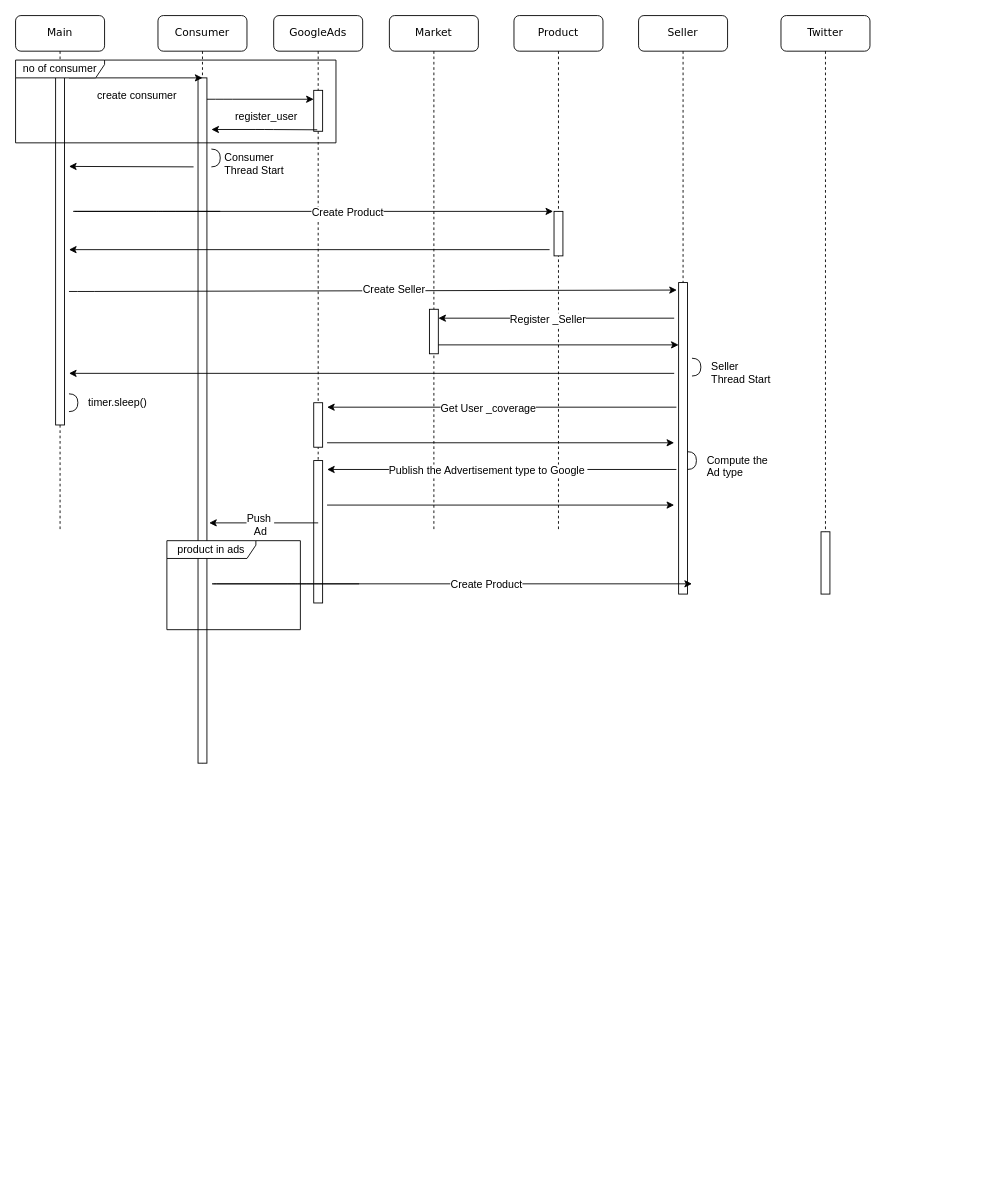
Before: FlowCharts/Untitled Diagram.drawio in CentIIO/IS5006, a draw.io diagram. Source tidied: cells renumbered, new cells numbered last; positions are measured from the earlier drawing's top-left corner, leaving out a move shared by most shapes. Both pictures are drawn from the tidied source at 89%, with x=0, y=0 at pixel (15, 15).
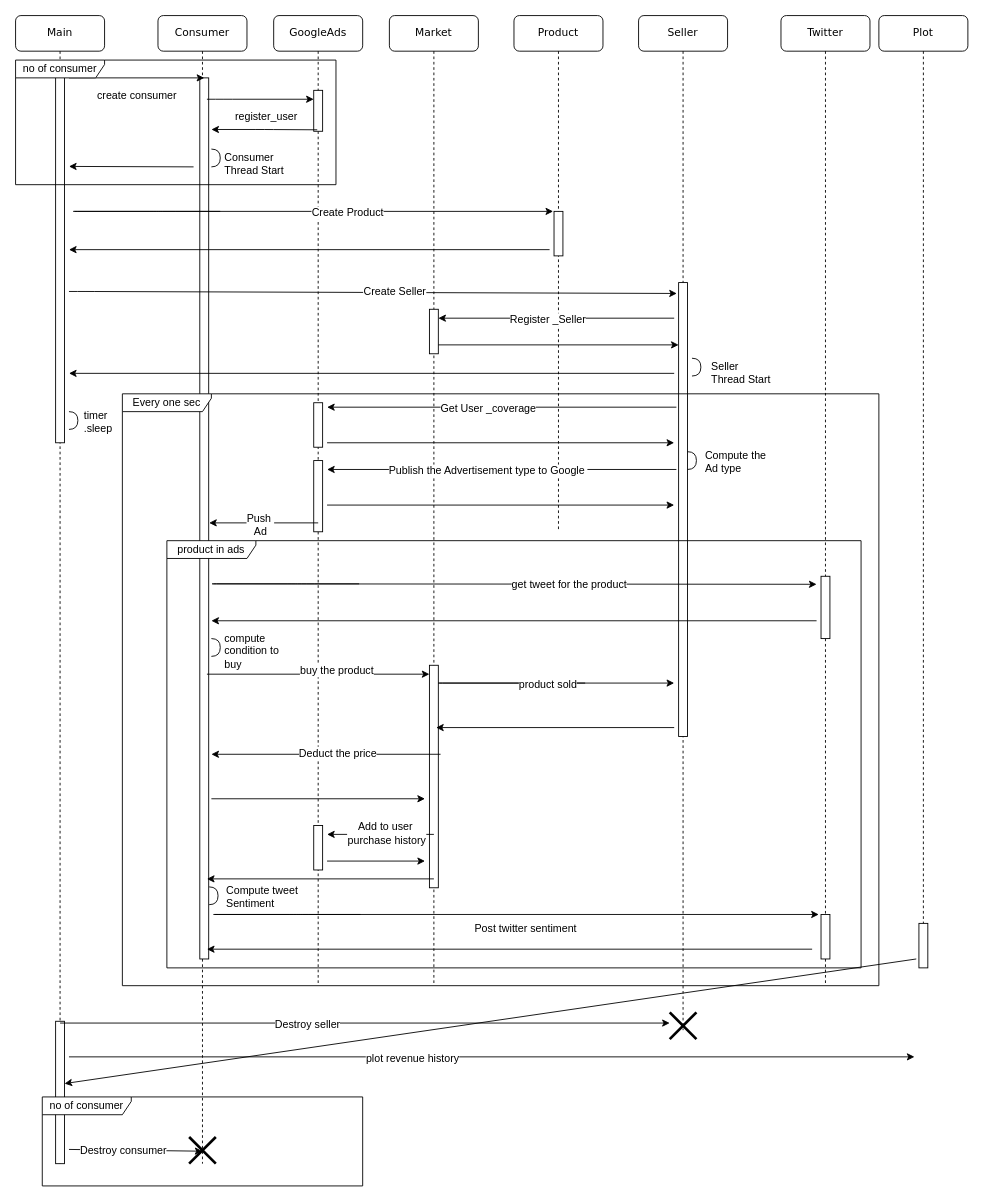
The same page after the edit.

The edit, as a diff of the source:
```diff
@@
     <mxCell id="2" value="Consumer" style="shape=umlLifeline;perimeter=lifelinePerimeter;whiteSpace=wrap;html=1;rounded=1;shadow=0;comic=0;labelBackgroundColor=none;strokeColor=#000000;strokeWidth=1;fillColor=#FFFFFF;fontFamily=Verdana;fontSize=12;fontColor=#000000;align=center;" parent="1" vertex="1">
-      <mxGeometry x="160" width="100" height="840" as="geometry" />
+      <mxGeometry x="160" width="100" height="1290" as="geometry" />
     </mxCell>
     <mxCell id="3" style="html=1;points=[];perimeter=orthogonalPerimeter;rounded=0;shadow=0;comic=0;labelBackgroundColor=none;strokeColor=#000000;strokeWidth=1;fillColor=#FFFFFF;fontFamily=Verdana;fontSize=12;fontColor=#000000;align=center;" parent="2" vertex="1">
-      <mxGeometry x="45" y="70" width="10" height="770" as="geometry" />
+      <mxGeometry x="47" y="70" width="10" height="990" as="geometry" />
     </mxCell>
     <mxCell id="4" value="GoogleAds" style="shape=umlLifeline;perimeter=lifelinePerimeter;whiteSpace=wrap;html=1;rounded=1;shadow=0;comic=0;labelBackgroundColor=none;strokeColor=#000000;strokeWidth=1;fillColor=#FFFFFF;fontFamily=Verdana;fontSize=12;fontColor=#000000;align=center;" parent="1" vertex="1">
-      <mxGeometry x="290" width="100" height="660" as="geometry" />
+      <mxGeometry x="290" width="100" height="1090" as="geometry" />
     </mxCell>
@@
     <mxCell id="7" style="html=1;perimeter=orthogonalPerimeter;rounded=0;shadow=0;comic=0;labelBackgroundColor=none;strokeColor=#000000;strokeWidth=1;fillColor=#FFFFFF;fontFamily=Verdana;fontSize=12;fontColor=#000000;align=center;" parent="4" vertex="1">
-      <mxGeometry x="45" y="500" width="10" height="160" as="geometry" />
+      <mxGeometry x="45" y="500" width="10" height="80" as="geometry" />
     </mxCell>
+    <mxCell id="53" style="html=1;perimeter=orthogonalPerimeter;rounded=0;shadow=0;comic=0;labelBackgroundColor=none;strokeColor=#000000;strokeWidth=1;fillColor=#FFFFFF;fontFamily=Verdana;fontSize=12;fontColor=#000000;align=center;" parent="4" vertex="1">
+      <mxGeometry x="45" y="910" width="10" height="50" as="geometry" />
+    </mxCell>
@@
     <mxCell id="10" value="Seller" style="shape=umlLifeline;perimeter=lifelinePerimeter;whiteSpace=wrap;html=1;rounded=1;shadow=0;comic=0;labelBackgroundColor=none;strokeColor=#000000;strokeWidth=1;fillColor=#FFFFFF;fontFamily=Verdana;fontSize=12;fontColor=#000000;align=center;" parent="1" vertex="1">
-      <mxGeometry x="700" width="100" height="650" as="geometry" />
+      <mxGeometry x="700" width="100" height="1140" as="geometry" />
     </mxCell>
     <mxCell id="11" style="html=1;points=[];perimeter=orthogonalPerimeter;rounded=0;shadow=0;comic=0;labelBackgroundColor=none;strokeColor=#000000;strokeWidth=1;fillColor=#FFFFFF;fontFamily=Verdana;fontSize=12;fontColor=#000000;align=center;" parent="10" vertex="1">
-      <mxGeometry x="45" y="300" width="10" height="350" as="geometry" />
+      <mxGeometry x="45" y="300" width="10" height="510" as="geometry" />
     </mxCell>
     <mxCell id="12" value="Market" style="shape=umlLifeline;perimeter=lifelinePerimeter;whiteSpace=wrap;html=1;rounded=1;shadow=0;comic=0;labelBackgroundColor=none;strokeColor=#000000;strokeWidth=1;fillColor=#FFFFFF;fontFamily=Verdana;fontSize=12;fontColor=#000000;align=center;size=40;" parent="1" vertex="1">
-      <mxGeometry x="420" width="100" height="580" as="geometry" />
+      <mxGeometry x="420" width="100" height="1090" as="geometry" />
     </mxCell>
@@
+    <mxCell id="54" style="html=1;perimeter=orthogonalPerimeter;rounded=0;shadow=0;comic=0;labelBackgroundColor=none;strokeColor=#000000;strokeWidth=1;fillColor=#FFFFFF;fontFamily=Verdana;fontSize=12;fontColor=#000000;align=center;" parent="12" vertex="1">
+      <mxGeometry x="45" y="730" width="10" height="250" as="geometry" />
+    </mxCell>
     <mxCell id="14" value="Main" style="shape=umlLifeline;perimeter=lifelinePerimeter;whiteSpace=wrap;html=1;rounded=1;shadow=0;comic=0;labelBackgroundColor=none;strokeColor=#000000;strokeWidth=1;fillColor=#FFFFFF;fontFamily=Verdana;fontSize=12;fontColor=#000000;align=center;" parent="1" vertex="1">
-      <mxGeometry width="100" height="580" as="geometry" />
+      <mxGeometry width="100" height="1290" as="geometry" />
     </mxCell>
     <mxCell id="15" style="html=1;perimeter=orthogonalPerimeter;rounded=0;shadow=0;comic=0;labelBackgroundColor=none;strokeColor=#000000;strokeWidth=1;fillColor=#FFFFFF;fontFamily=Verdana;fontSize=12;fontColor=#000000;align=center;" parent="14" vertex="1">
-      <mxGeometry x="45" y="55" width="10" height="405" as="geometry" />
+      <mxGeometry x="45" y="55" width="10" height="425" as="geometry" />
     </mxCell>
+    <mxCell id="55" style="html=1;perimeter=orthogonalPerimeter;rounded=0;shadow=0;comic=0;labelBackgroundColor=none;strokeColor=#000000;strokeWidth=1;fillColor=#FFFFFF;fontFamily=Verdana;fontSize=12;fontColor=#000000;align=center;" parent="14" vertex="1">
+      <mxGeometry x="45" y="1130" width="10" height="160" as="geometry" />
+    </mxCell>
@@
     <mxCell id="33" style="shape=requiredInterface;html=1;verticalLabelPosition=bottom;" parent="1" vertex="1">
-      <mxGeometry x="60" y="425" width="10" height="20" as="geometry" />
+      <mxGeometry x="60" y="445" width="10" height="20" as="geometry" />
     </mxCell>
-    <mxCell id="34" value="timer.sleep()" style="text;html=1;align=left;verticalAlign=top;spacingTop=-4;direction=south;" parent="1" vertex="1">
-      <mxGeometry x="80" y="425" width="80" height="20" as="geometry" />
+    <mxCell id="34" value="timer&lt;br&gt;.sleep" style="text;html=1;align=left;verticalAlign=top;spacingTop=-4;direction=south;" parent="1" vertex="1">
+      <mxGeometry x="75" y="440" width="50" height="30" as="geometry" />
     </mxCell>
@@
     <mxCell id="40" value="no of consumer" style="shape=umlFrame;whiteSpace=wrap;html=1;width=100;height=20;" parent="1" vertex="1">
-      <mxGeometry y="50" width="360" height="93" as="geometry" />
+      <mxGeometry y="50" width="360" height="140" as="geometry" />
     </mxCell>
@@
     <mxCell id="45" value="Compute the&lt;br&gt;Ad type" style="text;html=1;align=left;verticalAlign=top;spacingTop=-4;direction=south;" parent="1" vertex="1">
-      <mxGeometry x="775" y="490" width="80" height="30" as="geometry" />
+      <mxGeometry x="772.5" y="485" width="80" height="30" as="geometry" />
     </mxCell>
@@
     <mxCell id="48" value="Twitter" style="shape=umlLifeline;perimeter=lifelinePerimeter;whiteSpace=wrap;html=1;rounded=1;shadow=0;comic=0;labelBackgroundColor=none;strokeColor=#000000;strokeWidth=1;fillColor=#FFFFFF;fontFamily=Verdana;fontSize=12;fontColor=#000000;align=center;" parent="1" vertex="1">
-      <mxGeometry x="860" width="100" height="650" as="geometry" />
+      <mxGeometry x="860" width="100" height="1090" as="geometry" />
     </mxCell>
     <mxCell id="49" style="html=1;perimeter=orthogonalPerimeter;rounded=0;shadow=0;comic=0;labelBackgroundColor=none;strokeColor=#000000;strokeWidth=1;fillColor=#FFFFFF;fontFamily=Verdana;fontSize=12;fontColor=#000000;align=center;" parent="48" vertex="1">
-      <mxGeometry x="45" y="580" width="10" height="70" as="geometry" />
+      <mxGeometry x="45" y="630" width="10" height="70" as="geometry" />
     </mxCell>
-    <mxCell id="50" value="product in ads" style="shape=umlFrame;whiteSpace=wrap;html=1;width=100;height=20;" parent="1" vertex="1">
-      <mxGeometry x="170" y="590" width="150" height="100" as="geometry" />
-    </mxCell>
+    <mxCell id="56" style="html=1;perimeter=orthogonalPerimeter;rounded=0;shadow=0;comic=0;labelBackgroundColor=none;strokeColor=#000000;strokeWidth=1;fillColor=#FFFFFF;fontFamily=Verdana;fontSize=12;fontColor=#000000;align=center;" parent="48" vertex="1">
+      <mxGeometry x="45" y="1010" width="10" height="50" as="geometry" />
+    </mxCell>
-    <mxCell id="51" style="endArrow=classic;html=1;entryX=-0.1;entryY=0;entryDx=0;entryDy=0;entryPerimeter=0;" parent="1" edge="1">
+    <mxCell id="51" style="endArrow=classic;html=1;" parent="1" edge="1">
       <mxGeometry relative="1" as="geometry">
         <mxPoint x="386" y="638.5" as="sourcePoint" />
-        <mxPoint x="760" y="638.5" as="targetPoint" />
+        <mxPoint x="900" y="639" as="targetPoint" />
         <Array as="points">
           <mxPoint x="326" y="638.5" />
           <mxPoint x="316" y="638.5" />
           <mxPoint x="216" y="638.5" />
         </Array>
       </mxGeometry>
     </mxCell>
-    <mxCell id="52" value="Create Product" style="text;html=1;align=center;verticalAlign=middle;labelBackgroundColor=#ffffff;" parent="51" vertex="1">
+    <mxCell id="52" value="get tweet for the product" style="text;html=1;align=center;verticalAlign=middle;labelBackgroundColor=#ffffff;" parent="51" vertex="1">
       <mxGeometry x="0.35" y="-1" relative="1" as="geometry" />
     </mxCell>
+    <mxCell id="57" style="endArrow=classic;html=1;" parent="1" edge="1">
+      <mxGeometry relative="1" as="geometry">
+        <mxPoint x="900" y="680" as="sourcePoint" />
+        <mxPoint x="220" y="680" as="targetPoint" />
+      </mxGeometry>
+    </mxCell>
+    <mxCell id="58" style="shape=requiredInterface;html=1;verticalLabelPosition=bottom;" parent="1" vertex="1">
+      <mxGeometry x="220" y="700" width="10" height="20" as="geometry" />
+    </mxCell>
+    <mxCell id="59" value="compute&lt;br&gt;condition to&lt;br&gt;buy" style="text;html=1;align=left;verticalAlign=top;spacingTop=-4;direction=south;" parent="1" vertex="1">
+      <mxGeometry x="232.5" y="690" width="80" height="40" as="geometry" />
+    </mxCell>
+    <mxCell id="60" style="endArrow=classic;html=1;" parent="1" edge="1">
+      <mxGeometry relative="1" as="geometry">
+        <mxPoint x="215" y="740" as="sourcePoint" />
+        <mxPoint x="465" y="740" as="targetPoint" />
+      </mxGeometry>
+    </mxCell>
+    <mxCell id="61" value="buy the product" style="text;html=1;align=center;verticalAlign=middle;labelBackgroundColor=#ffffff;" parent="60" vertex="1">
+      <mxGeometry x="0.16" y="5" relative="1" as="geometry" />
+    </mxCell>
+    <mxCell id="62" style="endArrow=classic;html=1;" parent="1" edge="1">
+      <mxGeometry relative="1" as="geometry">
+        <mxPoint x="640" y="750" as="sourcePoint" />
+        <mxPoint x="740" y="750" as="targetPoint" />
+        <Array as="points">
+          <mxPoint x="580" y="750" />
+          <mxPoint x="570" y="750" />
+          <mxPoint x="470" y="750" />
+        </Array>
+      </mxGeometry>
+    </mxCell>
+    <mxCell id="63" value="product sold" style="text;html=1;align=center;verticalAlign=middle;labelBackgroundColor=#ffffff;" parent="62" vertex="1">
+      <mxGeometry x="0.35" y="-1" relative="1" as="geometry" />
+    </mxCell>
+    <mxCell id="64" style="endArrow=classic;html=1;" parent="1" edge="1">
+      <mxGeometry relative="1" as="geometry">
+        <mxPoint x="740" y="800" as="sourcePoint" />
+        <mxPoint x="472.5" y="800" as="targetPoint" />
+      </mxGeometry>
+    </mxCell>
+    <mxCell id="65" style="endArrow=classic;html=1;" parent="1" edge="1">
+      <mxGeometry relative="1" as="geometry">
+        <mxPoint x="477.5" y="830" as="sourcePoint" />
+        <mxPoint x="220" y="830" as="targetPoint" />
+      </mxGeometry>
+    </mxCell>
+    <mxCell id="66" value="Deduct the price" style="text;html=1;align=center;verticalAlign=middle;labelBackgroundColor=#ffffff;" parent="65" vertex="1">
+      <mxGeometry x="-0.1" y="-2" relative="1" as="geometry" />
+    </mxCell>
+    <mxCell id="67" style="endArrow=classic;html=1;" parent="1" edge="1">
+      <mxGeometry relative="1" as="geometry">
+        <mxPoint x="220" y="880" as="sourcePoint" />
+        <mxPoint x="460" y="880" as="targetPoint" />
+      </mxGeometry>
+    </mxCell>
+    <mxCell id="68" style="endArrow=classic;html=1;" parent="1" edge="1">
+      <mxGeometry relative="1" as="geometry">
+        <mxPoint x="470" y="920" as="sourcePoint" />
+        <mxPoint x="350" y="920" as="targetPoint" />
+      </mxGeometry>
+    </mxCell>
+    <mxCell id="69" value="Add to user&amp;nbsp; &lt;br&gt;purchase history&lt;br&gt;" style="text;html=1;align=center;verticalAlign=middle;labelBackgroundColor=#ffffff;" parent="68" vertex="1">
+      <mxGeometry x="-0.1" y="-2" relative="1" as="geometry" />
+    </mxCell>
+    <mxCell id="70" style="endArrow=classic;html=1;" parent="1" edge="1">
+      <mxGeometry relative="1" as="geometry">
+        <mxPoint x="350" y="950" as="sourcePoint" />
+        <mxPoint x="460" y="950" as="targetPoint" />
+      </mxGeometry>
+    </mxCell>
+    <mxCell id="50" value="product in ads" style="shape=umlFrame;whiteSpace=wrap;html=1;width=100;height=20;" parent="1" vertex="1">
+      <mxGeometry x="170" y="590" width="780" height="480" as="geometry" />
+    </mxCell>
+    <mxCell id="71" style="shape=requiredInterface;html=1;verticalLabelPosition=bottom;" parent="1" vertex="1">
+      <mxGeometry x="217.5" y="979" width="10" height="20" as="geometry" />
+    </mxCell>
+    <mxCell id="72" value="Compute tweet&lt;br&gt;Sentiment" style="text;html=1;align=left;verticalAlign=top;spacingTop=-4;direction=south;" parent="1" vertex="1">
+      <mxGeometry x="235" y="974" width="100" height="30" as="geometry" />
+    </mxCell>
+    <mxCell id="73" style="endArrow=classic;html=1;" parent="1" edge="1">
+      <mxGeometry relative="1" as="geometry">
+        <mxPoint x="387.5" y="1010" as="sourcePoint" />
+        <mxPoint x="902.5" y="1010" as="targetPoint" />
+        <Array as="points">
+          <mxPoint x="327.5" y="1010" />
+          <mxPoint x="317.5" y="1010" />
+          <mxPoint x="217.5" y="1010" />
+        </Array>
+      </mxGeometry>
+    </mxCell>
+    <mxCell id="74" value="Post twitter sentiment" style="text;html=1;align=center;verticalAlign=middle;labelBackgroundColor=#ffffff;" parent="73" vertex="1">
+      <mxGeometry x="0.35" y="-1" relative="1" as="geometry">
+        <mxPoint x="-52" y="14" as="offset" />
+      </mxGeometry>
+    </mxCell>
+    <mxCell id="75" style="endArrow=classic;html=1;" parent="1" edge="1">
+      <mxGeometry relative="1" as="geometry">
+        <mxPoint x="895" y="1049" as="sourcePoint" />
+        <mxPoint x="215" y="1049" as="targetPoint" />
+      </mxGeometry>
+    </mxCell>
+    <mxCell id="76" style="endArrow=classic;html=1;" parent="1" edge="1">
+      <mxGeometry relative="1" as="geometry">
+        <mxPoint x="470" y="970" as="sourcePoint" />
+        <mxPoint x="215" y="970" as="targetPoint" />
+      </mxGeometry>
+    </mxCell>
+    <mxCell id="77" value="Every one sec" style="shape=umlFrame;whiteSpace=wrap;html=1;width=100;height=20;" parent="1" vertex="1">
+      <mxGeometry x="120" y="425" width="850" height="665" as="geometry" />
+    </mxCell>
+    <mxCell id="78" value="Plot" style="shape=umlLifeline;perimeter=lifelinePerimeter;whiteSpace=wrap;html=1;rounded=1;shadow=0;comic=0;labelBackgroundColor=none;strokeColor=#000000;strokeWidth=1;fillColor=#FFFFFF;fontFamily=Verdana;fontSize=12;fontColor=#000000;align=center;" parent="1" vertex="1">
+      <mxGeometry x="970" width="100" height="1070" as="geometry" />
+    </mxCell>
+    <mxCell id="79" style="html=1;points=[];perimeter=orthogonalPerimeter;rounded=0;shadow=0;comic=0;labelBackgroundColor=none;strokeColor=#000000;strokeWidth=1;fillColor=#FFFFFF;fontFamily=Verdana;fontSize=12;fontColor=#000000;align=center;" parent="78" vertex="1">
+      <mxGeometry x="45" y="1020" width="10" height="50" as="geometry" />
+    </mxCell>
+    <mxCell id="80" style="endArrow=classic;html=1;exitX=1;exitY=0.14;exitDx=0;exitDy=0;exitPerimeter=0;" parent="1" edge="1">
+      <mxGeometry relative="1" as="geometry">
+        <mxPoint x="50" y="1132" as="sourcePoint" />
+        <mxPoint x="735" y="1132" as="targetPoint" />
+      </mxGeometry>
+    </mxCell>
+    <mxCell id="81" value="Destroy seller" style="text;html=1;align=center;verticalAlign=middle;labelBackgroundColor=#ffffff;" parent="80" vertex="1">
+      <mxGeometry x="-0.19" y="-1" relative="1" as="geometry" />
+    </mxCell>
+    <mxCell id="82" style="shape=umlDestroy;whiteSpace=wrap;html=1;strokeWidth=3;" parent="1" vertex="1">
+      <mxGeometry x="735" y="1120" width="30" height="30" as="geometry" />
+    </mxCell>
+    <mxCell id="83" style="endArrow=classic;html=1;" parent="1" edge="1">
+      <mxGeometry relative="1" as="geometry">
+        <mxPoint x="60" y="1170" as="sourcePoint" />
+        <mxPoint x="1010" y="1170" as="targetPoint" />
+      </mxGeometry>
+    </mxCell>
+    <mxCell id="84" value="plot revenue history" style="text;html=1;align=center;verticalAlign=middle;labelBackgroundColor=#ffffff;" parent="83" vertex="1">
+      <mxGeometry x="-0.19" y="-1" relative="1" as="geometry" />
+    </mxCell>
+    <mxCell id="85" value="no of consumer" style="shape=umlFrame;whiteSpace=wrap;html=1;width=100;height=20;" parent="1" vertex="1">
+      <mxGeometry x="30" y="1215" width="360" height="100" as="geometry" />
+    </mxCell>
+    <mxCell id="86" style="shape=umlDestroy;whiteSpace=wrap;html=1;strokeWidth=3;" parent="1" vertex="1">
+      <mxGeometry x="195" y="1260" width="30" height="30" as="geometry" />
+    </mxCell>
+    <mxCell id="87" style="endArrow=classic;html=1;exitX=1;exitY=0.14;exitDx=0;exitDy=0;exitPerimeter=0;entryX=0.5;entryY=0.533;entryDx=0;entryDy=0;entryPerimeter=0;" parent="1" edge="1" target="86">
+      <mxGeometry relative="1" as="geometry">
+        <mxPoint x="60" y="1274" as="sourcePoint" />
+      </mxGeometry>
+    </mxCell>
+    <mxCell id="88" value="Destroy consumer" style="text;html=1;align=center;verticalAlign=middle;labelBackgroundColor=#ffffff;" parent="87" vertex="1">
+      <mxGeometry x="-0.19" y="-1" relative="1" as="geometry" />
+    </mxCell>
+    <mxCell id="89" style="endArrow=classic;html=1;exitX=-0.3;exitY=0.8;exitDx=0;exitDy=0;exitPerimeter=0;" parent="1" edge="1" source="79">
+      <mxGeometry relative="1" as="geometry">
+        <mxPoint x="55" y="1200" as="targetPoint" />
+      </mxGeometry>
+    </mxCell>
```
